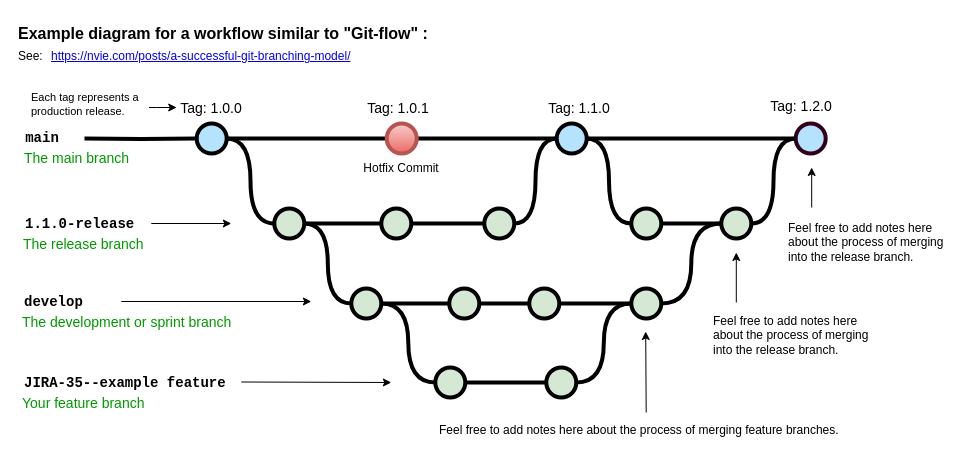
Before: Diagramme sans nom.drawio in youneshimi/Library-Management-System, a draw.io diagram. Source tidied: cells renumbered, new cells numbered last; positions are measured from the earlier drawing's top-left corner, leaving out a move shared by most shapes. Both pictures are drawn from the tidied source at 100%, with x=0, y=0 at pixel (16, 17).
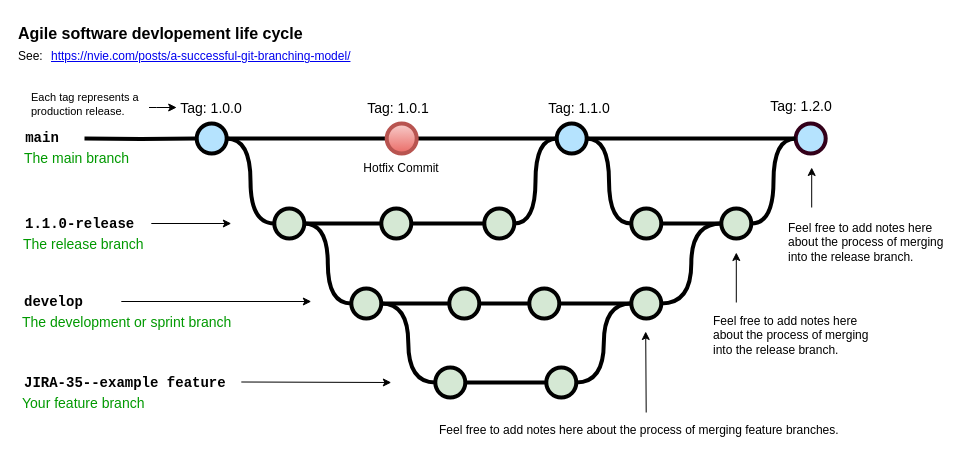
The same diagram, later.

Commit message:
Mettre à jour Diagramme sans nom.drawio

Diff of the diagram source:
```diff
@@
-    <mxCell id="55" value="Example diagram for a workflow similar to &quot;Git-flow&quot; :" style="text;whiteSpace=wrap;html=1;fontStyle=1;fontSize=16;" parent="1" vertex="1">
+    <mxCell id="55" value="Agile software devlopement life cycle" style="text;whiteSpace=wrap;html=1;fontStyle=1;fontSize=16;" parent="1" vertex="1">
       <mxGeometry x="0.2" width="427.8" height="20" as="geometry" />
     </mxCell>
```
